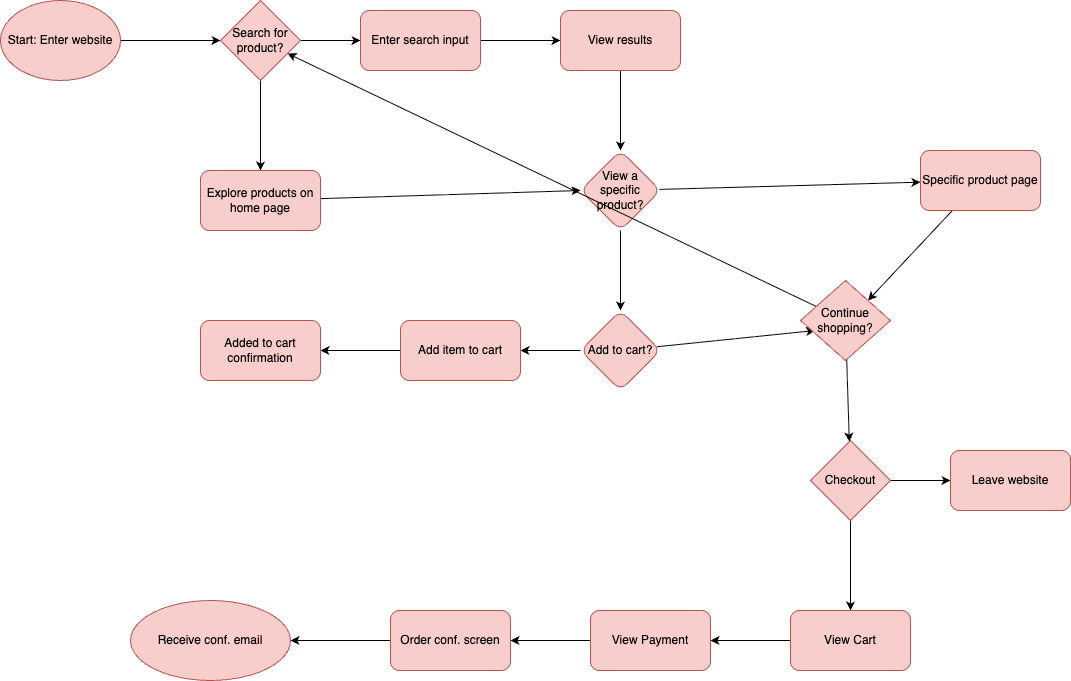
Before: explore/diagramming/diagram.drawio.png, a diagram exported from draw.io (jhnkb/sp26-cse110-lab4). Source tidied: cells renumbered, new cells last; positions are measured from the earlier drawing's top-left corner, leaving out a move shared by most shapes. The source it was exported from:
```xml
<mxGraphModel>
  <root>
    <mxCell id="0" />
    <mxCell id="1" parent="0" />
    <mxCell id="2" style="edgeStyle=none;html=1;" parent="1" edge="1" source="3" target="6">
      <mxGeometry relative="1" as="geometry" />
    </mxCell>
    <mxCell id="3" value="Start: Enter website" style="ellipse;whiteSpace=wrap;html=1;fillColor=#f8cecc;strokeColor=#b85450;" parent="1" vertex="1">
      <mxGeometry width="120" height="80" as="geometry" />
    </mxCell>
    <mxCell id="4" style="edgeStyle=none;html=1;" parent="1" edge="1" source="6" target="8">
      <mxGeometry relative="1" as="geometry" />
    </mxCell>
    <mxCell id="5" style="edgeStyle=none;html=1;" parent="1" edge="1" source="6" target="10">
      <mxGeometry relative="1" as="geometry" />
    </mxCell>
    <mxCell id="6" value="Search for product?" style="rhombus;whiteSpace=wrap;html=1;fillColor=#f8cecc;strokeColor=#b85450;" parent="1" vertex="1">
      <mxGeometry x="220" width="80" height="80" as="geometry" />
    </mxCell>
    <mxCell id="7" style="edgeStyle=none;html=1;entryX=0;entryY=0.5;entryDx=0;entryDy=0;" parent="1" edge="1" source="8" target="15">
      <mxGeometry relative="1" as="geometry" />
    </mxCell>
    <mxCell id="8" value="Explore products on home page" style="rounded=1;whiteSpace=wrap;html=1;fillColor=#f8cecc;strokeColor=#b85450;" parent="1" vertex="1">
      <mxGeometry x="200" y="170" width="120" height="60" as="geometry" />
    </mxCell>
    <mxCell id="9" style="edgeStyle=none;html=1;" parent="1" edge="1" source="10" target="12">
      <mxGeometry relative="1" as="geometry" />
    </mxCell>
    <mxCell id="10" value="Enter search input" style="rounded=1;whiteSpace=wrap;html=1;fillColor=#f8cecc;strokeColor=#b85450;" parent="1" vertex="1">
      <mxGeometry x="360" y="10" width="120" height="60" as="geometry" />
    </mxCell>
    <mxCell id="11" style="edgeStyle=none;html=1;" parent="1" edge="1" source="12" target="15">
      <mxGeometry relative="1" as="geometry" />
    </mxCell>
    <mxCell id="12" value="View results" style="rounded=1;whiteSpace=wrap;html=1;fillColor=#f8cecc;strokeColor=#b85450;" parent="1" vertex="1">
      <mxGeometry x="560" y="10" width="120" height="60" as="geometry" />
    </mxCell>
    <mxCell id="13" style="edgeStyle=none;html=1;" parent="1" edge="1" source="15" target="17">
      <mxGeometry relative="1" as="geometry" />
    </mxCell>
    <mxCell id="14" style="edgeStyle=none;html=1;" parent="1" edge="1" source="15" target="20">
      <mxGeometry relative="1" as="geometry" />
    </mxCell>
    <mxCell id="15" value="View a specific product?" style="rhombus;whiteSpace=wrap;html=1;fillColor=#f8cecc;strokeColor=#b85450;rounded=1;" parent="1" vertex="1">
      <mxGeometry x="580" y="150" width="80" height="80" as="geometry" />
    </mxCell>
    <mxCell id="16" style="edgeStyle=none;html=1;entryX=1;entryY=0;entryDx=0;entryDy=0;" parent="1" edge="1" source="17" target="23">
      <mxGeometry relative="1" as="geometry" />
    </mxCell>
    <mxCell id="17" value="Specific product page" style="whiteSpace=wrap;html=1;fillColor=#f8cecc;strokeColor=#b85450;rounded=1;" parent="1" vertex="1">
      <mxGeometry x="920" y="150" width="120" height="60" as="geometry" />
    </mxCell>
    <mxCell id="18" style="edgeStyle=none;html=1;entryX=0.163;entryY=0.625;entryDx=0;entryDy=0;entryPerimeter=0;" parent="1" edge="1" source="20" target="23">
      <mxGeometry relative="1" as="geometry" />
    </mxCell>
    <mxCell id="19" style="edgeStyle=none;html=1;" parent="1" edge="1" source="20" target="29">
      <mxGeometry relative="1" as="geometry" />
    </mxCell>
    <mxCell id="20" value="Add to cart?" style="rhombus;whiteSpace=wrap;html=1;fillColor=#f8cecc;strokeColor=#b85450;rounded=1;" parent="1" vertex="1">
      <mxGeometry x="580" y="310" width="80" height="80" as="geometry" />
    </mxCell>
    <mxCell id="21" style="edgeStyle=none;html=1;" parent="1" edge="1" source="23" target="26">
      <mxGeometry relative="1" as="geometry" />
    </mxCell>
    <mxCell id="22" style="edgeStyle=none;html=1;" parent="1" edge="1" source="23" target="6">
      <mxGeometry relative="1" as="geometry" />
    </mxCell>
    <mxCell id="23" value="Continue shopping?" style="rhombus;whiteSpace=wrap;html=1;fillColor=#f8cecc;strokeColor=#b85450;" parent="1" vertex="1">
      <mxGeometry x="800" y="280" width="90" height="80" as="geometry" />
    </mxCell>
    <mxCell id="24" style="edgeStyle=none;html=1;" parent="1" edge="1" source="26" target="27">
      <mxGeometry relative="1" as="geometry" />
    </mxCell>
    <mxCell id="25" style="edgeStyle=none;html=1;" parent="1" edge="1" source="26" target="32">
      <mxGeometry relative="1" as="geometry" />
    </mxCell>
    <mxCell id="26" value="Checkout" style="rhombus;whiteSpace=wrap;html=1;fillColor=#f8cecc;strokeColor=#b85450;" parent="1" vertex="1">
      <mxGeometry x="810" y="440" width="80" height="80" as="geometry" />
    </mxCell>
    <mxCell id="27" value="Leave website" style="rounded=1;whiteSpace=wrap;html=1;fillColor=#f8cecc;strokeColor=#b85450;" parent="1" vertex="1">
      <mxGeometry x="950" y="450" width="120" height="60" as="geometry" />
    </mxCell>
    <mxCell id="28" style="edgeStyle=none;html=1;" parent="1" edge="1" source="29" target="30">
      <mxGeometry relative="1" as="geometry" />
    </mxCell>
    <mxCell id="29" value="&lt;span style=&quot;color: rgb(0, 0, 0);&quot;&gt;Add item to cart&lt;/span&gt;" style="rounded=1;whiteSpace=wrap;html=1;fillColor=#f8cecc;strokeColor=#b85450;" parent="1" vertex="1">
      <mxGeometry x="400" y="320" width="120" height="60" as="geometry" />
    </mxCell>
    <mxCell id="30" value="Added to cart confirmation" style="rounded=1;whiteSpace=wrap;html=1;fillColor=#f8cecc;strokeColor=#b85450;" parent="1" vertex="1">
      <mxGeometry x="200" y="320" width="120" height="60" as="geometry" />
    </mxCell>
    <mxCell id="31" style="edgeStyle=none;html=1;" parent="1" edge="1" source="32" target="34">
      <mxGeometry relative="1" as="geometry" />
    </mxCell>
    <mxCell id="32" value="View Cart" style="rounded=1;whiteSpace=wrap;html=1;fillColor=#f8cecc;strokeColor=#b85450;" parent="1" vertex="1">
      <mxGeometry x="790" y="610" width="120" height="60" as="geometry" />
    </mxCell>
    <mxCell id="33" style="edgeStyle=none;html=1;" parent="1" edge="1" source="34" target="36">
      <mxGeometry relative="1" as="geometry" />
    </mxCell>
    <mxCell id="34" value="View Payment" style="whiteSpace=wrap;html=1;fillColor=#f8cecc;strokeColor=#b85450;rounded=1;" parent="1" vertex="1">
      <mxGeometry x="590" y="610" width="120" height="60" as="geometry" />
    </mxCell>
    <mxCell id="35" style="edgeStyle=none;html=1;" parent="1" edge="1" source="36" target="37">
      <mxGeometry relative="1" as="geometry" />
    </mxCell>
    <mxCell id="36" value="Order conf. screen" style="rounded=1;whiteSpace=wrap;html=1;fillColor=#f8cecc;strokeColor=#b85450;" parent="1" vertex="1">
      <mxGeometry x="390" y="610" width="120" height="60" as="geometry" />
    </mxCell>
    <mxCell id="37" value="Receive conf. email" style="ellipse;whiteSpace=wrap;html=1;fillColor=#f8cecc;strokeColor=#b85450;rounded=1;" parent="1" vertex="1">
      <mxGeometry x="130" y="600" width="160" height="80" as="geometry" />
    </mxCell>
  </root>
</mxGraphModel>
```
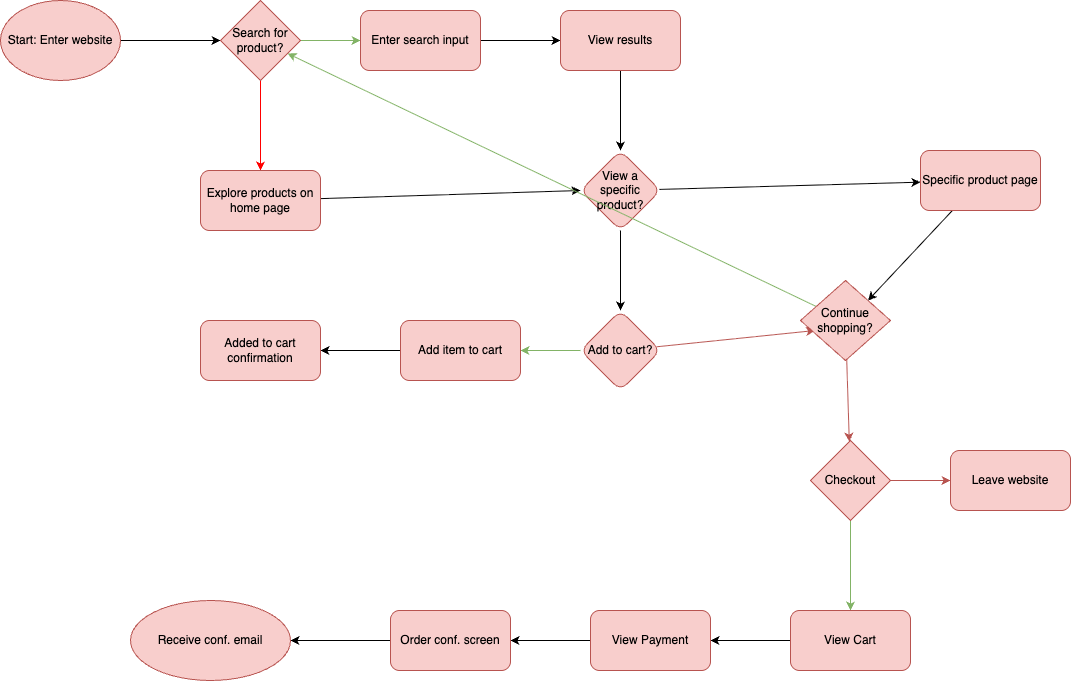
The same file after the commit.

Commit message:
changed colors of arrows in decisions

Change to the diagram source:
```diff
@@ -8,10 +8,10 @@
     <mxCell id="3" value="Start: Enter website" style="ellipse;whiteSpace=wrap;html=1;fillColor=#f8cecc;strokeColor=#b85450;" parent="1" vertex="1">
       <mxGeometry width="120" height="80" as="geometry" />
     </mxCell>
-    <mxCell id="4" style="edgeStyle=none;html=1;" parent="1" edge="1" source="6" target="8">
+    <mxCell id="4" style="edgeStyle=none;html=1;strokeColor=#FF0000;" parent="1" edge="1" source="6" target="8">
       <mxGeometry relative="1" as="geometry" />
     </mxCell>
-    <mxCell id="5" style="edgeStyle=none;html=1;" parent="1" edge="1" source="6" target="10">
+    <mxCell id="5" style="edgeStyle=none;html=1;strokeColor=#82b366;fillColor=#d5e8d4;" parent="1" edge="1" source="6" target="10">
       <mxGeometry relative="1" as="geometry" />
     </mxCell>
     <mxCell id="6" value="Search for product?" style="rhombus;whiteSpace=wrap;html=1;fillColor=#f8cecc;strokeColor=#b85450;" parent="1" vertex="1">
@@ -50,28 +50,28 @@
     <mxCell id="17" value="Specific product page" style="whiteSpace=wrap;html=1;fillColor=#f8cecc;strokeColor=#b85450;rounded=1;" parent="1" vertex="1">
       <mxGeometry x="920" y="150" width="120" height="60" as="geometry" />
     </mxCell>
-    <mxCell id="18" style="edgeStyle=none;html=1;entryX=0.163;entryY=0.625;entryDx=0;entryDy=0;entryPerimeter=0;" parent="1" edge="1" source="20" target="23">
+    <mxCell id="18" style="edgeStyle=none;html=1;entryX=0.163;entryY=0.625;entryDx=0;entryDy=0;entryPerimeter=0;fillColor=#f8cecc;strokeColor=#b85450;" parent="1" edge="1" source="20" target="23">
       <mxGeometry relative="1" as="geometry" />
     </mxCell>
-    <mxCell id="19" style="edgeStyle=none;html=1;" parent="1" edge="1" source="20" target="29">
+    <mxCell id="19" style="edgeStyle=none;html=1;fillColor=#d5e8d4;strokeColor=#82b366;" parent="1" edge="1" source="20" target="29">
       <mxGeometry relative="1" as="geometry" />
     </mxCell>
     <mxCell id="20" value="Add to cart?" style="rhombus;whiteSpace=wrap;html=1;fillColor=#f8cecc;strokeColor=#b85450;rounded=1;" parent="1" vertex="1">
       <mxGeometry x="580" y="310" width="80" height="80" as="geometry" />
     </mxCell>
-    <mxCell id="21" style="edgeStyle=none;html=1;" parent="1" edge="1" source="23" target="26">
+    <mxCell id="21" style="edgeStyle=none;html=1;fillColor=#f8cecc;strokeColor=#b85450;" parent="1" edge="1" source="23" target="26">
       <mxGeometry relative="1" as="geometry" />
     </mxCell>
-    <mxCell id="22" style="edgeStyle=none;html=1;" parent="1" edge="1" source="23" target="6">
+    <mxCell id="22" style="edgeStyle=none;html=1;fillColor=#d5e8d4;strokeColor=#82b366;" parent="1" edge="1" source="23" target="6">
       <mxGeometry relative="1" as="geometry" />
     </mxCell>
     <mxCell id="23" value="Continue shopping?" style="rhombus;whiteSpace=wrap;html=1;fillColor=#f8cecc;strokeColor=#b85450;" parent="1" vertex="1">
       <mxGeometry x="800" y="280" width="90" height="80" as="geometry" />
     </mxCell>
-    <mxCell id="24" style="edgeStyle=none;html=1;" parent="1" edge="1" source="26" target="27">
+    <mxCell id="24" style="edgeStyle=none;html=1;fillColor=#f8cecc;strokeColor=#b85450;" parent="1" edge="1" source="26" target="27">
       <mxGeometry relative="1" as="geometry" />
     </mxCell>
-    <mxCell id="25" style="edgeStyle=none;html=1;" parent="1" edge="1" source="26" target="32">
+    <mxCell id="25" style="edgeStyle=none;html=1;fillColor=#d5e8d4;strokeColor=#82b366;" parent="1" edge="1" source="26" target="32">
       <mxGeometry relative="1" as="geometry" />
     </mxCell>
     <mxCell id="26" value="Checkout" style="rhombus;whiteSpace=wrap;html=1;fillColor=#f8cecc;strokeColor=#b85450;" parent="1" vertex="1">
```
